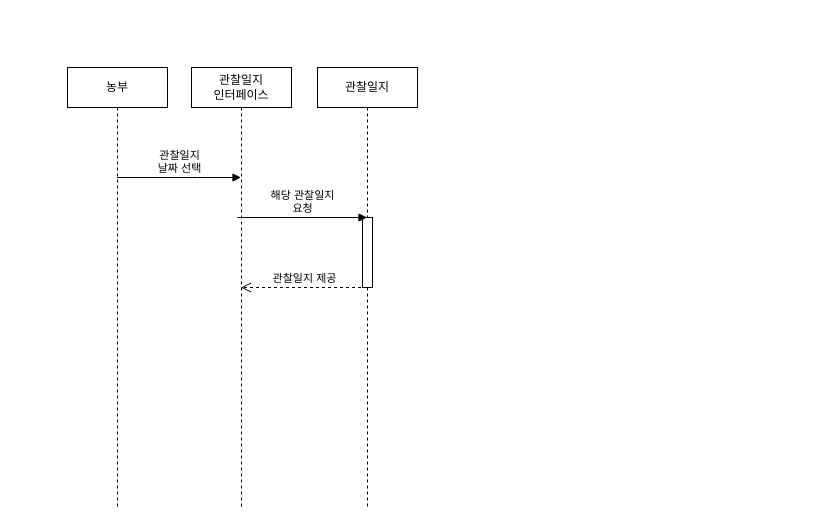
Before: 5주차/시퀀스 다이어그램/diary_sqd.drawio in sonmyungwon/Software-Development, a draw.io diagram. Source tidied: cells renumbered, new cells numbered last; positions are measured from the earlier drawing's top-left corner, leaving out a move shared by most shapes. Both pictures are drawn from the tidied source at 100%, with x=0, y=0 at pixel (67, 67).
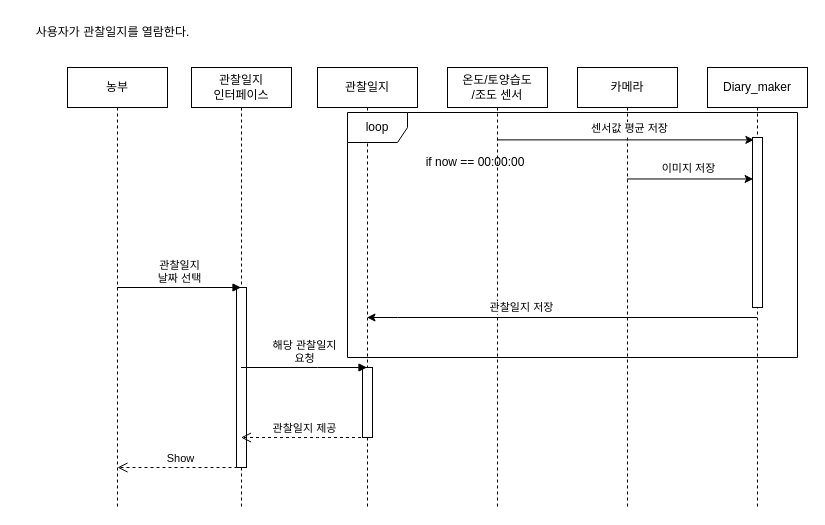
Above is the later version.

Unchanged cells that the change refers to:
```xml
<mxCell id="2" value="농부" style="shape=umlLifeline;perimeter=lifelinePerimeter;whiteSpace=wrap;html=1;outlineConnect=0;" parent="1" vertex="1">
  <mxGeometry width="100" height="440" as="geometry" />
</mxCell>
<mxCell id="3" value="관찰일지" style="shape=umlLifeline;perimeter=lifelinePerimeter;whiteSpace=wrap;html=1;outlineConnect=0;" parent="1" vertex="1">
  <mxGeometry x="250" width="100" height="440" as="geometry" />
</mxCell>
<mxCell id="5" value="관찰일지&lt;br&gt;인터페이스" style="shape=umlLifeline;perimeter=lifelinePerimeter;whiteSpace=wrap;html=1;outlineConnect=0;" parent="1" vertex="1">
  <mxGeometry x="124" width="100" height="440" as="geometry" />
</mxCell>
```

The edit, as a diff of the source:
```diff
@@
     <mxCell id="4" style="html=1;perimeter=orthogonalPerimeter;" parent="3" vertex="1">
-      <mxGeometry x="45" y="150" width="10" height="70" as="geometry" />
+      <mxGeometry x="45" y="300" width="10" height="70" as="geometry" />
     </mxCell>
@@
-    <mxCell id="6" value="해당 관찰일지&lt;br&gt;요청" style="html=1;verticalAlign=bottom;endArrow=block;rounded=0;" parent="5" edge="1" target="3">
-      <mxGeometry relative="1" as="geometry">
-        <mxPoint x="46" y="150" as="sourcePoint" />
-        <Array as="points">
-          <mxPoint x="126.5" y="150" />
-        </Array>
-      </mxGeometry>
-    </mxCell>
+    <mxCell id="9" style="html=1;perimeter=orthogonalPerimeter;" parent="5" vertex="1">
+      <mxGeometry x="45" y="220" width="10" height="180" as="geometry" />
+    </mxCell>
     <mxCell id="7" value="관찰일지&lt;br&gt;날짜 선택" style="html=1;verticalAlign=bottom;endArrow=block;rounded=0;" parent="1" edge="1" source="2" target="5">
-      <mxGeometry relative="1" as="geometry">
-        <Array as="points">
-          <mxPoint x="130" y="110" />
-        </Array>
-      </mxGeometry>
+      <mxGeometry relative="1" as="geometry" />
     </mxCell>
-    <mxCell id="8" value="관찰일지 제공" style="html=1;verticalAlign=bottom;endArrow=open;dashed=1;endSize=8;rounded=0;" parent="1" edge="1" source="3" target="5">
-      <mxGeometry relative="1" as="geometry" />
+    <mxCell id="8" value="관찰일지 제공" style="html=1;verticalAlign=bottom;endArrow=open;dashed=1;endSize=8;rounded=0;" parent="1" edge="1">
+      <mxGeometry relative="1" as="geometry">
+        <mxPoint x="299.5" y="370" as="sourcePoint" />
+        <mxPoint x="173.5" y="370" as="targetPoint" />
+        <Array as="points">
+          <mxPoint x="250" y="370" />
+        </Array>
+      </mxGeometry>
     </mxCell>
+    <mxCell id="10" value="온도/토양습도&lt;br&gt;/조도 센서" style="shape=umlLifeline;perimeter=lifelinePerimeter;whiteSpace=wrap;html=1;outlineConnect=0;" parent="1" vertex="1">
+      <mxGeometry x="380" width="100" height="440" as="geometry" />
+    </mxCell>
+    <mxCell id="11" value="카메라" style="shape=umlLifeline;perimeter=lifelinePerimeter;whiteSpace=wrap;html=1;outlineConnect=0;" parent="1" vertex="1">
+      <mxGeometry x="510" width="100" height="440" as="geometry" />
+    </mxCell>
+    <mxCell id="12" value="Diary_maker" style="shape=umlLifeline;perimeter=lifelinePerimeter;whiteSpace=wrap;html=1;outlineConnect=0;" parent="1" vertex="1">
+      <mxGeometry x="640" width="100" height="440" as="geometry" />
+    </mxCell>
+    <mxCell id="13" value="loop" style="shape=umlFrame;whiteSpace=wrap;html=1;" parent="12" vertex="1">
+      <mxGeometry x="-360" y="45" width="450" height="245" as="geometry" />
+    </mxCell>
+    <mxCell id="14" style="html=1;points=[];perimeter=orthogonalPerimeter;" parent="12" vertex="1">
+      <mxGeometry x="45" y="70" width="10" height="170" as="geometry" />
+    </mxCell>
+    <mxCell id="15" style="endArrow=classic;html=1;rounded=0;entryX=0.14;entryY=0.014;entryDx=0;entryDy=0;entryPerimeter=0;" parent="1" edge="1" source="10" target="14">
+      <mxGeometry relative="1" as="geometry" />
+    </mxCell>
+    <mxCell id="16" value="센서값 평균 저장" style="edgeLabel;html=1;align=center;verticalAlign=middle;" parent="15" vertex="1">
+      <mxGeometry x="0.09" y="-2" relative="1" as="geometry">
+        <mxPoint x="-8" y="-14" as="offset" />
+      </mxGeometry>
+    </mxCell>
+    <mxCell id="17" style="endArrow=classic;html=1;rounded=0;entryX=0.06;entryY=0.244;entryDx=0;entryDy=0;entryPerimeter=0;" parent="1" edge="1" source="11" target="14">
+      <mxGeometry relative="1" as="geometry" />
+    </mxCell>
+    <mxCell id="18" value="이미지 저장" style="edgeLabel;html=1;align=center;verticalAlign=middle;" parent="17" vertex="1">
+      <mxGeometry x="-0.29" y="1" relative="1" as="geometry">
+        <mxPoint x="16" y="-10" as="offset" />
+      </mxGeometry>
+    </mxCell>
+    <mxCell id="6" value="해당 관찰일지&lt;br&gt;요청" style="html=1;verticalAlign=bottom;endArrow=block;rounded=0;" parent="1" edge="1">
+      <mxGeometry relative="1" as="geometry">
+        <mxPoint x="173.5" y="300" as="sourcePoint" />
+        <mxPoint x="299.5" y="300" as="targetPoint" />
+        <Array as="points">
+          <mxPoint x="250" y="300" />
+        </Array>
+      </mxGeometry>
+    </mxCell>
+    <mxCell id="19" style="endArrow=none;html=1;rounded=0;startArrow=classic;startFill=1;endFill=0;" parent="1" edge="1" source="3" target="12">
+      <mxGeometry relative="1" as="geometry">
+        <Array as="points">
+          <mxPoint x="330" y="250" />
+        </Array>
+      </mxGeometry>
+    </mxCell>
+    <mxCell id="20" value="관찰일지 저장" style="edgeLabel;html=1;align=center;verticalAlign=middle;" parent="19" vertex="1">
+      <mxGeometry x="-0.29" y="1" relative="1" as="geometry">
+        <mxPoint x="16" y="-10" as="offset" />
+      </mxGeometry>
+    </mxCell>
+    <mxCell id="21" value="if now == 00:00:00" style="text;html=1;strokeColor=none;fillColor=none;align=center;verticalAlign=middle;whiteSpace=wrap;rounded=0;" parent="1" vertex="1">
+      <mxGeometry x="350" y="80" width="116" height="30" as="geometry" />
+    </mxCell>
+    <mxCell id="22" value="Show" style="html=1;verticalAlign=bottom;endArrow=open;dashed=1;endSize=8;rounded=0;" parent="1" edge="1">
+      <mxGeometry relative="1" as="geometry">
+        <mxPoint x="176" y="400" as="sourcePoint" />
+        <mxPoint x="50" y="400" as="targetPoint" />
+        <Array as="points">
+          <mxPoint x="126.5" y="400" />
+        </Array>
+      </mxGeometry>
+    </mxCell>
+    <mxCell id="23" value="사용자가 관찰일지를 열람한다." style="text;html=1;align=center;verticalAlign=middle;strokeColor=none;fillColor=none;" parent="1" vertex="1">
+      <mxGeometry x="-50" y="-50" width="190" height="30" as="geometry" />
+    </mxCell>
```
